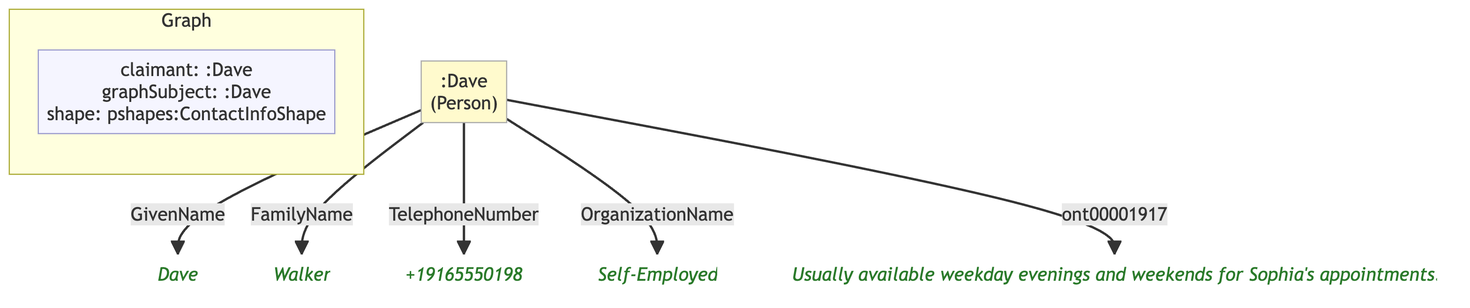
Earlier version of the Mermaid export example/graphs/images/graph-28.png (MeeFoundation/mia-ontologies). Its source is kept beside it as example/graphs/images/graph-28.mmd.
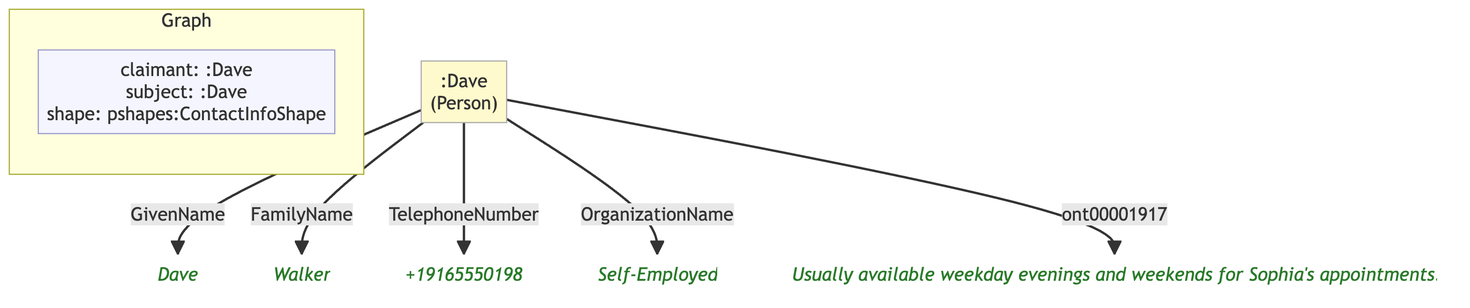
The same diagram one commit later.

Diff of the diagram source:
```diff
@@ -7,18 +7,18 @@
 
     subgraph ctx["Graph"]
         direction LR
-        ctx_meta["claimant: :Dave\ngraphSubject: :Dave\nshape: pshapes:ContactInfoShape"]:::meta
+        ctx_meta["claimant: :Dave\nsubject: :Dave\nshape: pshapes:ContactInfoShape"]:::meta
     end
 
     nb69bdc5e9e9b[":Dave\n(Person)"]:::person
-    ne66b8c41aa10("Dave"):::lit
-    n6c005e5fedf3("Walker"):::lit
-    n252ac5aa2f31("+19165550198"):::lit
-    n57318c7c43dc("Self-Employed"):::lit
-    n3f4dabf29f5d("Usually available weekday evenings and weekends for Sophia's appointments."):::lit
+    nbf5c27f579ef("Dave"):::lit
+    n7cf41deda217("Walker"):::lit
+    nc031b0bb7296("+19165550198"):::lit
+    nb9e02e219567("Self-Employed"):::lit
+    n09c071164fd0("Usually available weekday evenings and weekends for Sophia's appointments."):::lit
 
-    nb69bdc5e9e9b -->|"GivenName"| ne66b8c41aa10
-    nb69bdc5e9e9b -->|"FamilyName"| n6c005e5fedf3
-    nb69bdc5e9e9b -->|"TelephoneNumber"| n252ac5aa2f31
-    nb69bdc5e9e9b -->|"OrganizationName"| n57318c7c43dc
-    nb69bdc5e9e9b -->|"ont00001917"| n3f4dabf29f5d
+    nb69bdc5e9e9b -->|"GivenName"| nbf5c27f579ef
+    nb69bdc5e9e9b -->|"FamilyName"| n7cf41deda217
+    nb69bdc5e9e9b -->|"TelephoneNumber"| nc031b0bb7296
+    nb69bdc5e9e9b -->|"OrganizationName"| nb9e02e219567
+    nb69bdc5e9e9b -->|"ont00001917"| n09c071164fd0
```
